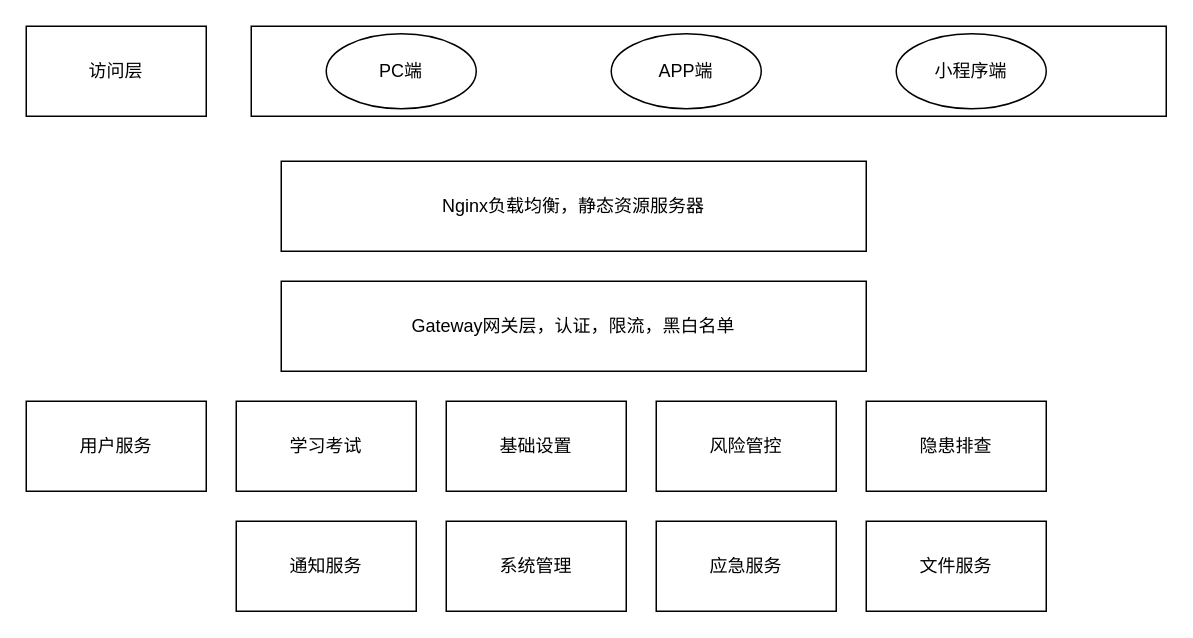
sooxen/drawio keeps this draw.io diagram as 安信链架构图.drawio. Above is the earlier version. Source tidied: cells renumbered, new cells numbered last; positions are measured from the earlier drawing's top-left corner, leaving out a move shared by most shapes. Both pictures are drawn from the tidied source at 150%, with x=0, y=0 at pixel (26, 26).
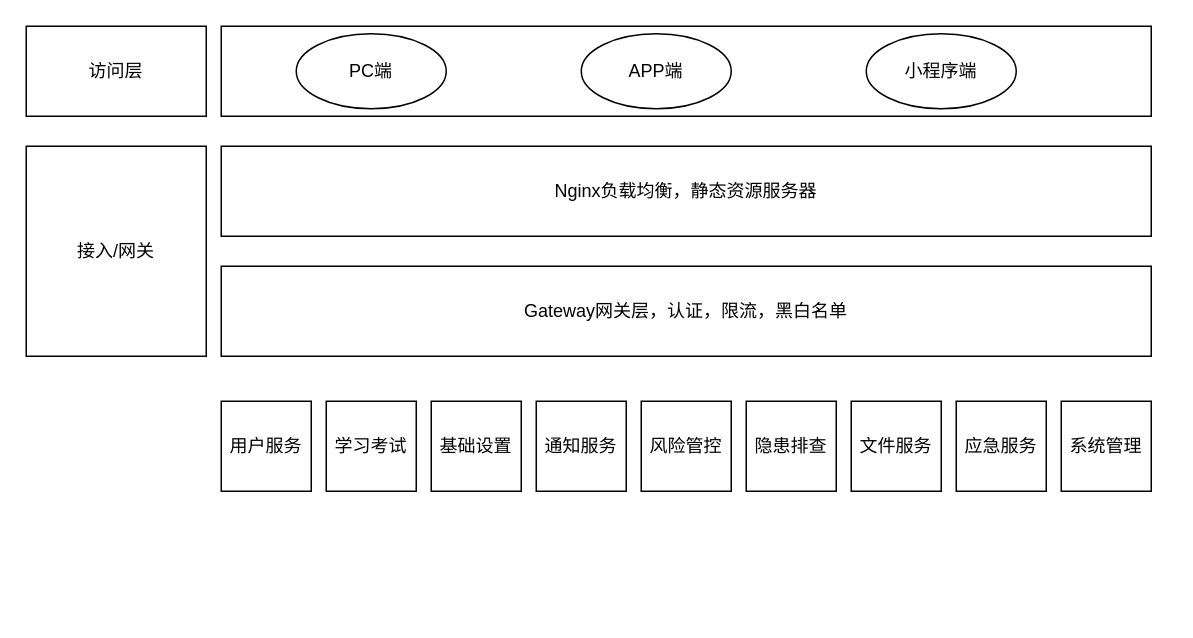
The same diagram, later.

Commit message (it also covers changes not shown here):
更新安信链架构图.drawio

What changed in the source:
```diff
@@
 <mxGraphModel>
   <root>
     <mxCell id="0" />
     <mxCell id="1" parent="0" />
     <mxCell id="2" value="访问层" style="rounded=0;whiteSpace=wrap;html=1;" parent="1" vertex="1">
       <mxGeometry width="120" height="60" as="geometry" />
     </mxCell>
     <mxCell id="3" style="rounded=0;whiteSpace=wrap;html=1;" parent="1" vertex="1">
-      <mxGeometry x="150" width="610" height="60" as="geometry" />
+      <mxGeometry x="130" width="620" height="60" as="geometry" />
     </mxCell>
     <mxCell id="4" value="PC端" style="ellipse;whiteSpace=wrap;html=1;" parent="1" vertex="1">
-      <mxGeometry x="200" y="5" width="100" height="50" as="geometry" />
+      <mxGeometry x="180" y="5" width="100" height="50" as="geometry" />
     </mxCell>
     <mxCell id="5" value="APP端" style="ellipse;whiteSpace=wrap;html=1;" parent="1" vertex="1">
-      <mxGeometry x="390" y="5" width="100" height="50" as="geometry" />
+      <mxGeometry x="370" y="5" width="100" height="50" as="geometry" />
     </mxCell>
     <mxCell id="6" value="小程序端" style="ellipse;whiteSpace=wrap;html=1;" parent="1" vertex="1">
-      <mxGeometry x="580" y="5" width="100" height="50" as="geometry" />
+      <mxGeometry x="560" y="5" width="100" height="50" as="geometry" />
     </mxCell>
     <mxCell id="7" value="Nginx负载均衡，静态资源服务器" style="rounded=0;whiteSpace=wrap;html=1;" parent="1" vertex="1">
-      <mxGeometry x="170" y="90" width="390" height="60" as="geometry" />
+      <mxGeometry x="130" y="80" width="620" height="60" as="geometry" />
     </mxCell>
     <mxCell id="8" value="Gateway网关层，认证，限流，黑白名单" style="rounded=0;whiteSpace=wrap;html=1;" parent="1" vertex="1">
-      <mxGeometry x="170" y="170" width="390" height="60" as="geometry" />
+      <mxGeometry x="130" y="160" width="620" height="60" as="geometry" />
     </mxCell>
     <mxCell id="9" value="用户服务" style="rounded=0;whiteSpace=wrap;html=1;" parent="1" vertex="1">
-      <mxGeometry y="250" width="120" height="60" as="geometry" />
+      <mxGeometry x="130" y="250" width="60" height="60" as="geometry" />
     </mxCell>
     <mxCell id="10" value="应急服务" style="rounded=0;whiteSpace=wrap;html=1;" parent="1" vertex="1">
-      <mxGeometry x="420" y="330" width="120" height="60" as="geometry" />
+      <mxGeometry x="620" y="250" width="60" height="60" as="geometry" />
     </mxCell>
     <mxCell id="11" value="文件服务" style="rounded=0;whiteSpace=wrap;html=1;" parent="1" vertex="1">
-      <mxGeometry x="560" y="330" width="120" height="60" as="geometry" />
+      <mxGeometry x="550" y="250" width="60" height="60" as="geometry" />
     </mxCell>
     <mxCell id="12" value="学习考试" style="rounded=0;whiteSpace=wrap;html=1;" parent="1" vertex="1">
-      <mxGeometry x="140" y="250" width="120" height="60" as="geometry" />
+      <mxGeometry x="200" y="250" width="60" height="60" as="geometry" />
     </mxCell>
     <mxCell id="13" value="基础设置" style="rounded=0;whiteSpace=wrap;html=1;" parent="1" vertex="1">
-      <mxGeometry x="280" y="250" width="120" height="60" as="geometry" />
+      <mxGeometry x="270" y="250" width="60" height="60" as="geometry" />
     </mxCell>
     <mxCell id="14" value="风险管控" style="rounded=0;whiteSpace=wrap;html=1;" parent="1" vertex="1">
-      <mxGeometry x="420" y="250" width="120" height="60" as="geometry" />
+      <mxGeometry x="410" y="250" width="60" height="60" as="geometry" />
     </mxCell>
     <mxCell id="15" value="隐患排查" style="rounded=0;whiteSpace=wrap;html=1;" parent="1" vertex="1">
-      <mxGeometry x="560" y="250" width="120" height="60" as="geometry" />
+      <mxGeometry x="480" y="250" width="60" height="60" as="geometry" />
     </mxCell>
     <mxCell id="16" value="系统管理" style="rounded=0;whiteSpace=wrap;html=1;" parent="1" vertex="1">
-      <mxGeometry x="280" y="330" width="120" height="60" as="geometry" />
+      <mxGeometry x="690" y="250" width="60" height="60" as="geometry" />
     </mxCell>
     <mxCell id="17" value="通知服务" style="rounded=0;whiteSpace=wrap;html=1;" parent="1" vertex="1">
-      <mxGeometry x="140" y="330" width="120" height="60" as="geometry" />
+      <mxGeometry x="340" y="250" width="60" height="60" as="geometry" />
     </mxCell>
+    <mxCell id="18" value="接入/网关" style="rounded=0;whiteSpace=wrap;html=1;" parent="1" vertex="1">
+      <mxGeometry y="80" width="120" height="140" as="geometry" />
+    </mxCell>
   </root>
 </mxGraphModel>
```
